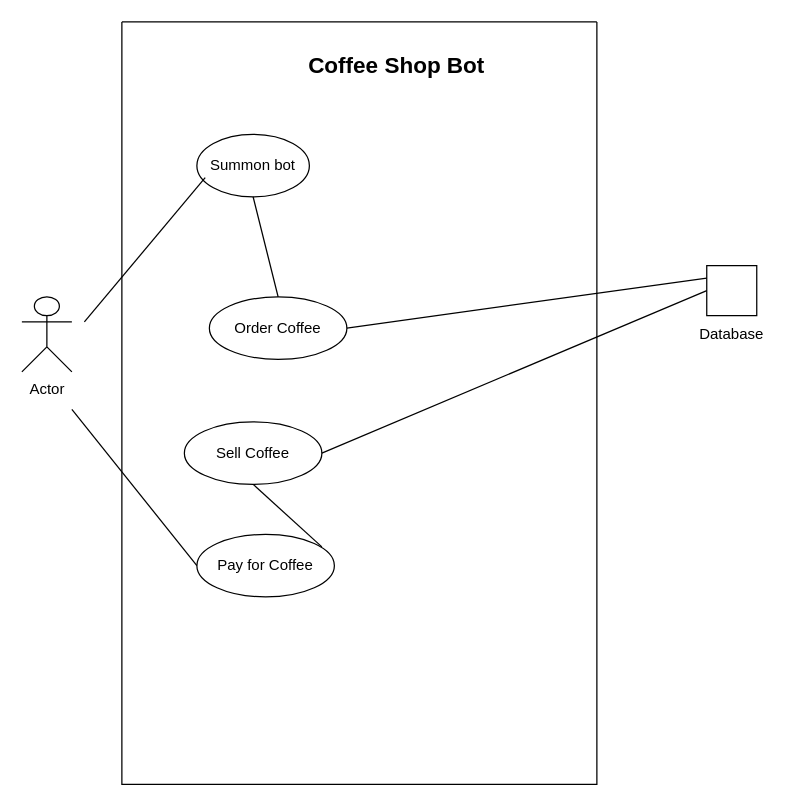
Above: Coffe Shop.drawio in vnmrnd24/CoffeShop (draw.io), before the change. Source tidied: cells renumbered, new cells numbered last; positions are measured from the earlier drawing's top-left corner, leaving out a move shared by most shapes. Both pictures are drawn from the tidied source at 125%, with x=0, y=0 at pixel (21, 21).
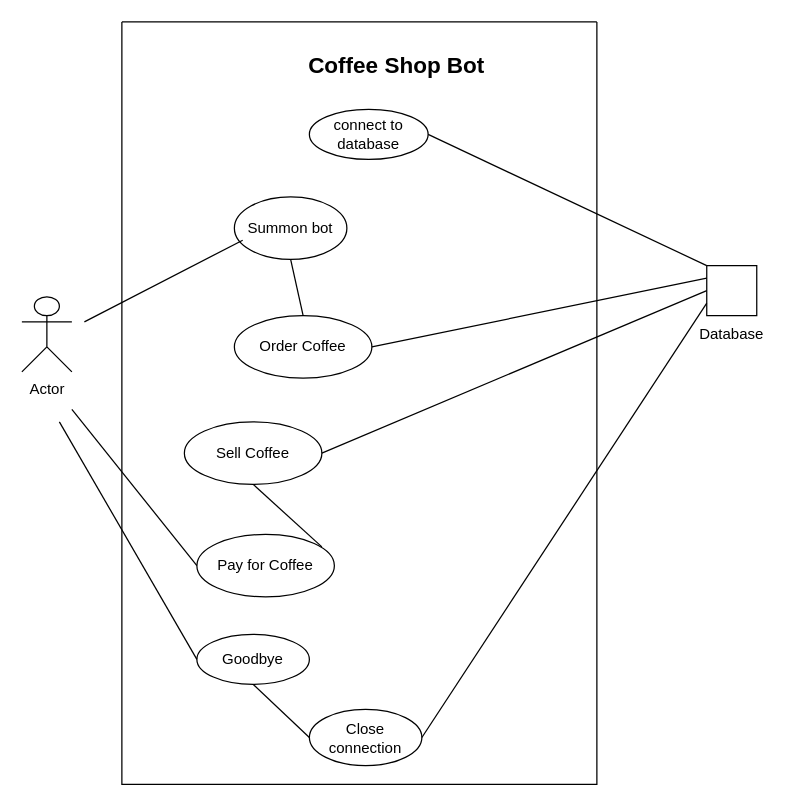
The same diagram, later.

The change refers to these unchanged cells:
```xml
<mxCell id="2" style="swimlane;startSize=0;" parent="1" vertex="1">
  <mxGeometry x="80" width="380" height="610" as="geometry" />
</mxCell>
<mxCell id="13" style="rounded=0;whiteSpace=wrap;html=1;" parent="1" vertex="1">
  <mxGeometry x="547.9" y="195" width="40" height="40" as="geometry" />
</mxCell>
```

The edit, as a diff of the source:
```diff
@@
     <mxCell id="4" value="Summon bot" style="ellipse;whiteSpace=wrap;html=1;" parent="2" vertex="1">
-      <mxGeometry x="60" y="90" width="90" height="50" as="geometry" />
+      <mxGeometry x="90" y="140" width="90" height="50" as="geometry" />
     </mxCell>
     <mxCell id="5" value="Order Coffee" style="ellipse;whiteSpace=wrap;html=1;" parent="2" vertex="1">
-      <mxGeometry x="70" y="220" width="110" height="50" as="geometry" />
+      <mxGeometry x="90" y="235" width="110" height="50" as="geometry" />
     </mxCell>
@@
+    <mxCell id="17" value="connect to database" style="ellipse;whiteSpace=wrap;html=1;hachureGap=4;" parent="2" vertex="1">
+      <mxGeometry x="150" y="70" width="95" height="40" as="geometry" />
+    </mxCell>
+    <mxCell id="18" value="Close connection" style="ellipse;whiteSpace=wrap;html=1;hachureGap=4;" parent="2" vertex="1">
+      <mxGeometry x="150" y="550" width="90" height="45" as="geometry" />
+    </mxCell>
+    <mxCell id="19" value="Goodbye" style="ellipse;whiteSpace=wrap;html=1;hachureGap=4;" parent="2" vertex="1">
+      <mxGeometry x="60" y="490" width="90" height="40" as="geometry" />
+    </mxCell>
+    <mxCell id="20" style="endArrow=none;html=1;rounded=0;startSize=14;endSize=14;sourcePerimeterSpacing=8;targetPerimeterSpacing=8;curved=1;entryX=0.5;entryY=1;entryDx=0;entryDy=0;exitX=0;exitY=0.5;exitDx=0;exitDy=0;" parent="2" edge="1" source="18" target="19">
+      <mxGeometry relative="1" as="geometry" />
+    </mxCell>
@@
+    <mxCell id="21" style="endArrow=none;html=1;rounded=0;startSize=14;endSize=14;sourcePerimeterSpacing=8;targetPerimeterSpacing=8;curved=1;entryX=1;entryY=0.5;entryDx=0;entryDy=0;exitX=0;exitY=0;exitDx=0;exitDy=0;" parent="1" edge="1" source="13" target="17">
+      <mxGeometry relative="1" as="geometry" />
+    </mxCell>
+    <mxCell id="22" style="endArrow=none;html=1;rounded=0;startSize=14;endSize=14;sourcePerimeterSpacing=8;targetPerimeterSpacing=8;curved=1;entryX=0;entryY=0.75;entryDx=0;entryDy=0;exitX=1;exitY=0.5;exitDx=0;exitDy=0;" parent="1" edge="1" source="18" target="13">
+      <mxGeometry relative="1" as="geometry" />
+    </mxCell>
+    <mxCell id="23" style="endArrow=none;html=1;rounded=0;startSize=14;endSize=14;sourcePerimeterSpacing=8;targetPerimeterSpacing=8;curved=1;entryX=0;entryY=0.5;entryDx=0;entryDy=0;" parent="1" edge="1" target="19">
+      <mxGeometry relative="1" as="geometry">
+        <mxPoint x="30" y="320" as="sourcePoint" />
+      </mxGeometry>
+    </mxCell>
```
